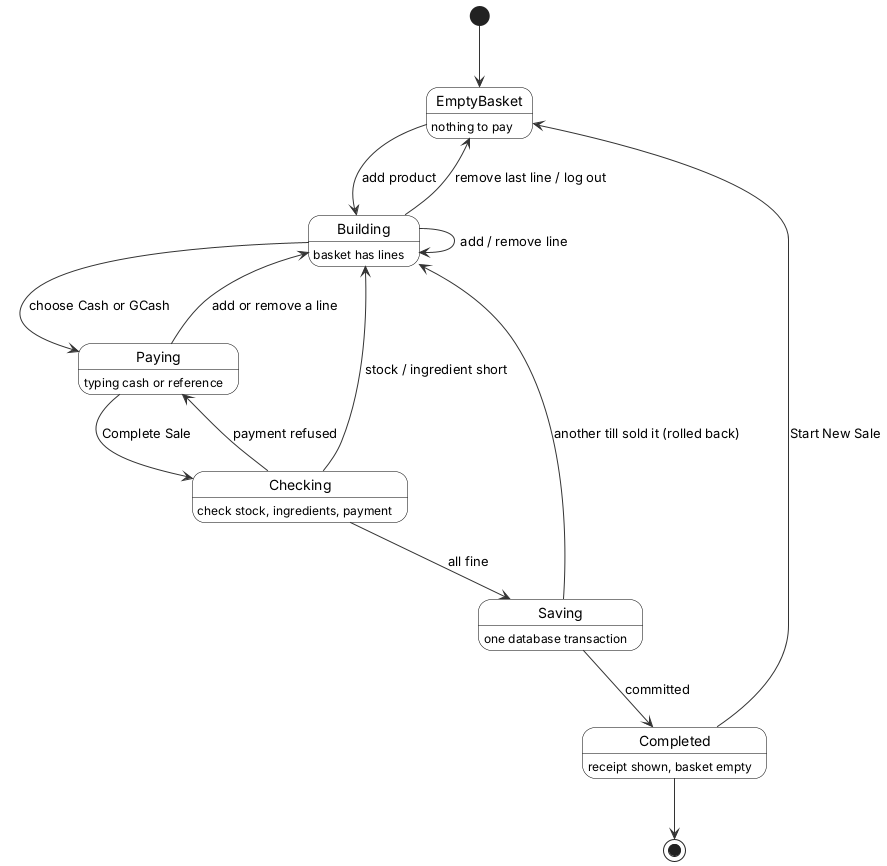
Above: diagrams/uml/24_state_sale.png in JmlAsync/inventory-pos-system (PlantUML), before the change.
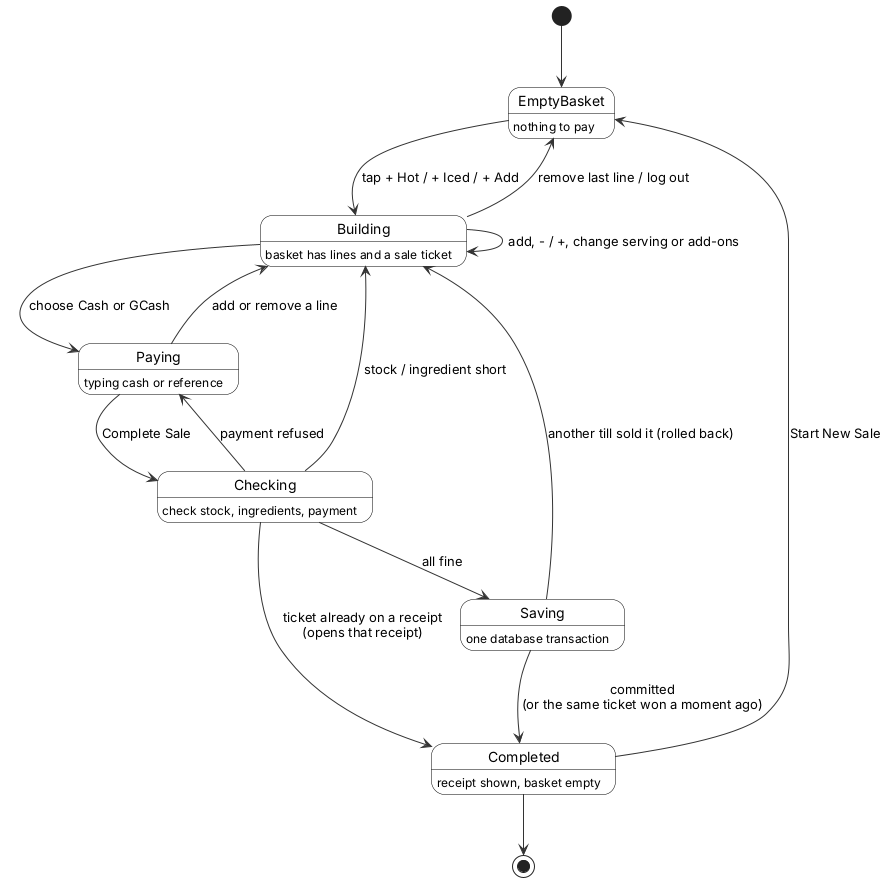
Above is the later version.

The edit, as a diff of the source:
```diff
@@ -39,9 +39,9 @@
 
 [*] --> EmptyBasket
 EmptyBasket : nothing to pay
-EmptyBasket --> Building : add product
-Building : basket has lines
-Building --> Building : add / remove line
+EmptyBasket --> Building : tap + Hot / + Iced / + Add
+Building : basket has lines and a sale ticket
+Building --> Building : add, - / +, change serving or add-ons
 Building --> EmptyBasket : remove last line / log out
 Building --> Paying : choose Cash or GCash
 Paying : typing cash or reference
@@ -50,10 +50,11 @@
 Checking : check stock, ingredients, payment
 Checking --> Paying : payment refused
 Checking --> Building : stock / ingredient short
+Checking --> Completed : ticket already on a receipt\n(opens that receipt)
 Checking --> Saving : all fine
 Saving : one database transaction
 Saving --> Building : another till sold it (rolled back)
-Saving --> Completed : committed
+Saving --> Completed : committed\n(or the same ticket won a moment ago)
 Completed : receipt shown, basket empty
 Completed --> EmptyBasket : Start New Sale
 Completed --> [*]
```
